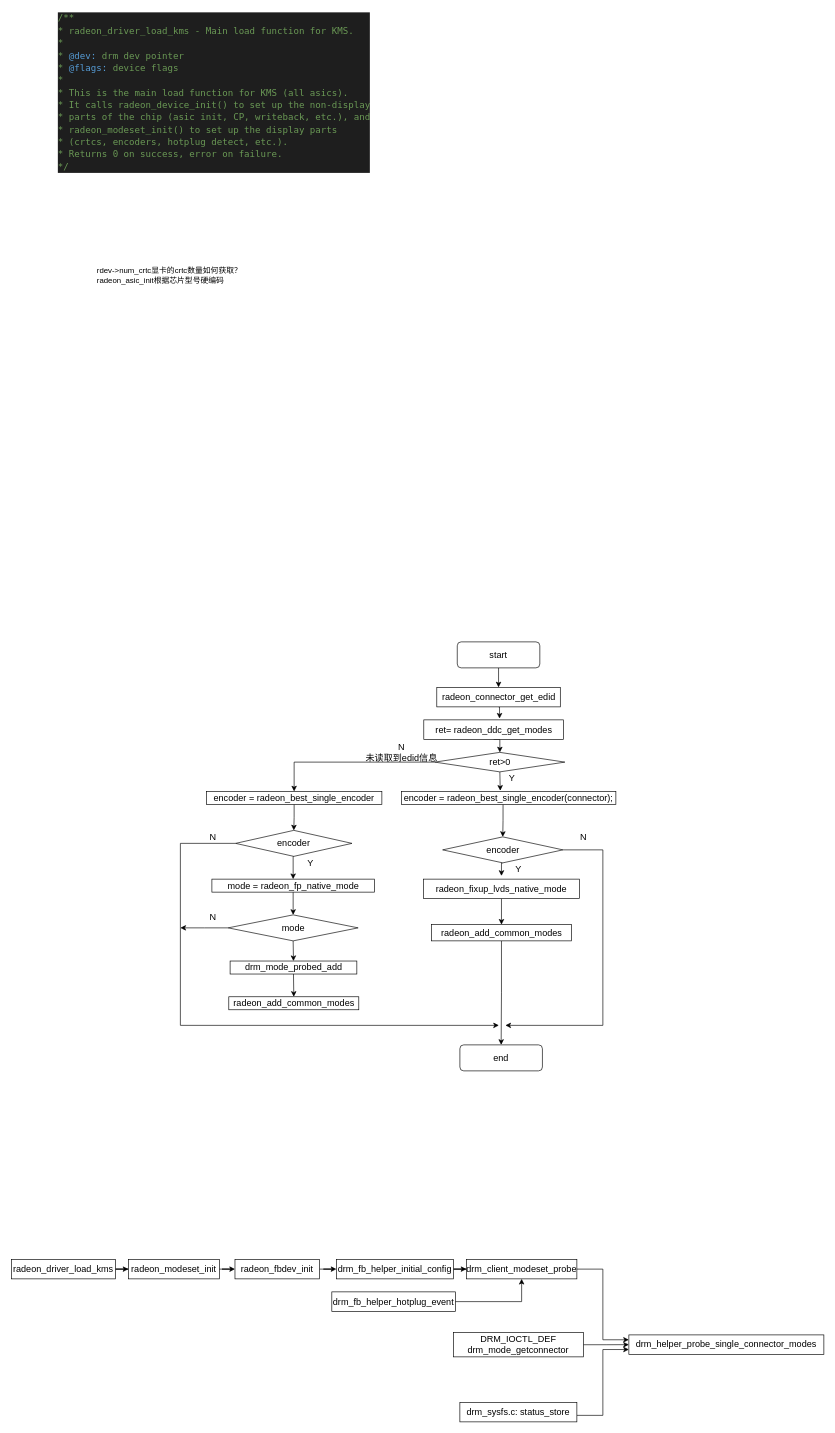
hongaoo/draw-io-files keeps this draw.io diagram as radeon init.drawio. Above is the earlier version. Source tidied: cells renumbered, new cells numbered last; positions are measured from the earlier drawing's top-left corner, leaving out a move shared by most shapes. Both pictures are drawn from the tidied source at 65%, with x=0, y=0 at pixel (11, 11).
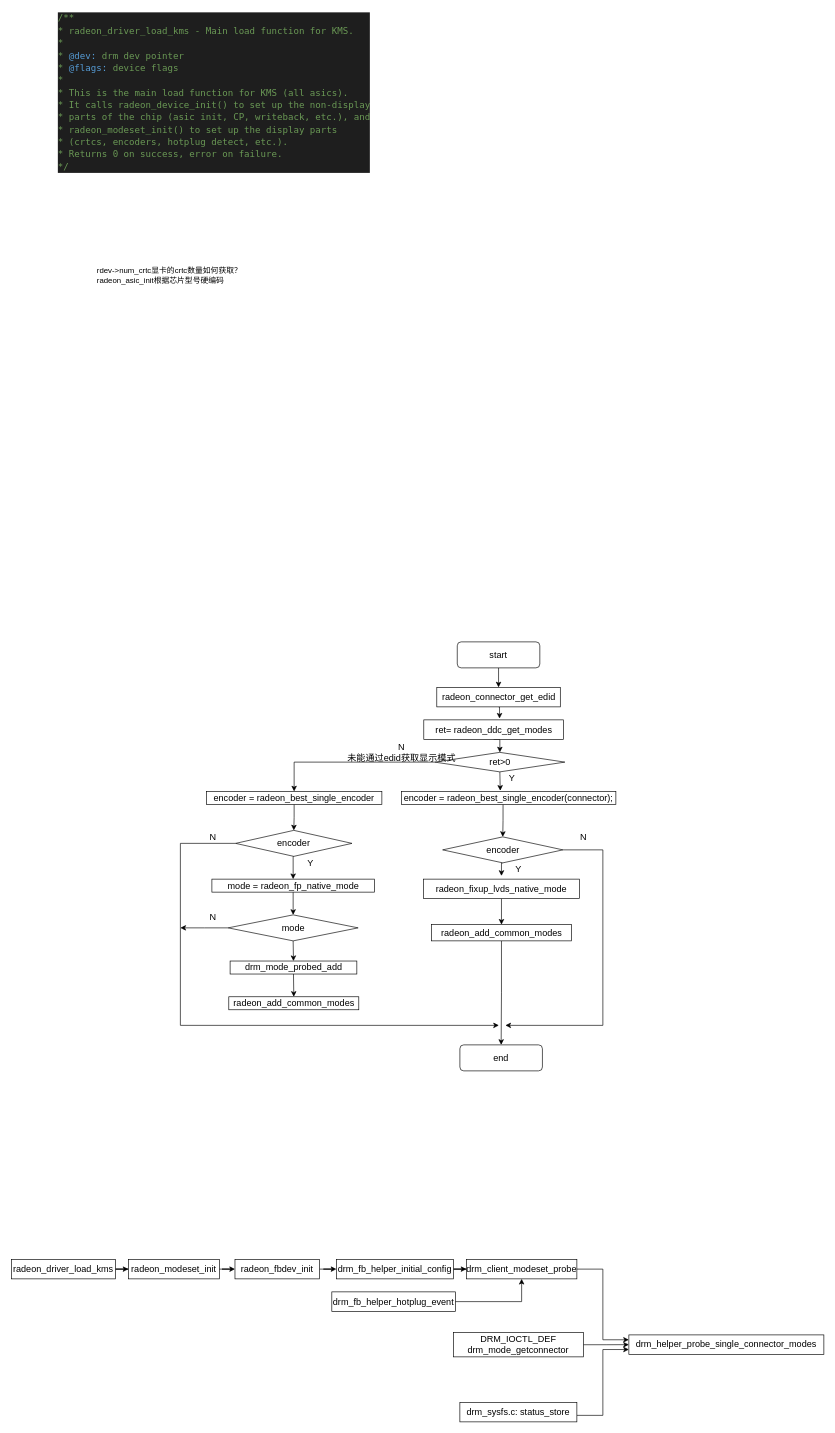
Above is the later version.

Diff of the diagram source:
```diff
@@
-    <mxCell id="54" value="N&lt;br&gt;未读取到edid信息" style="text;html=1;align=center;verticalAlign=middle;strokeColor=none;fillColor=none;fontSize=14;" parent="1" vertex="1">
-      <mxGeometry x="535" y="1115" width="130" height="50" as="geometry" />
+    <mxCell id="54" value="N&lt;br&gt;未能通过edid获取显示模式" style="text;html=1;align=center;verticalAlign=middle;strokeColor=none;fillColor=none;fontSize=14;" parent="1" vertex="1">
+      <mxGeometry x="505" y="1115" width="190" height="50" as="geometry" />
     </mxCell>
```
